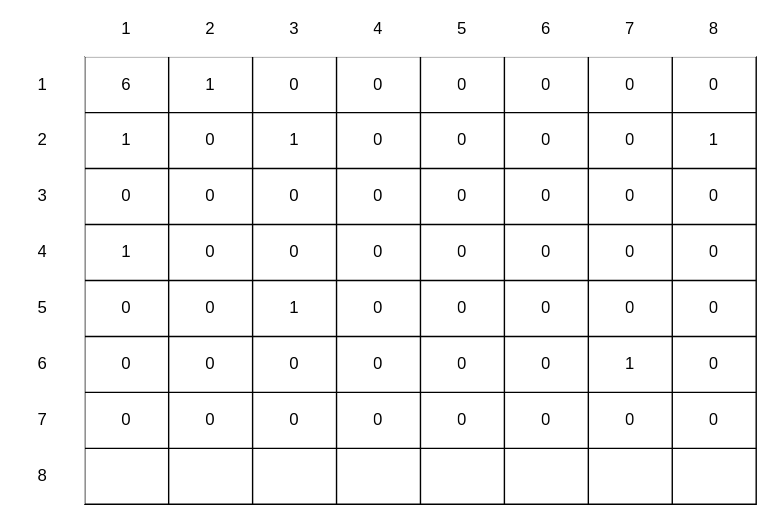
This is Processamento de Imagens - Atividades do dia 2022-06-09-b.svg from mdmundo/diagrams, a draw.io export, as it was before one commit. Source tidied: cells renumbered, new cells last; positions are measured from the earlier drawing's top-left corner, leaving out a move shared by most shapes.
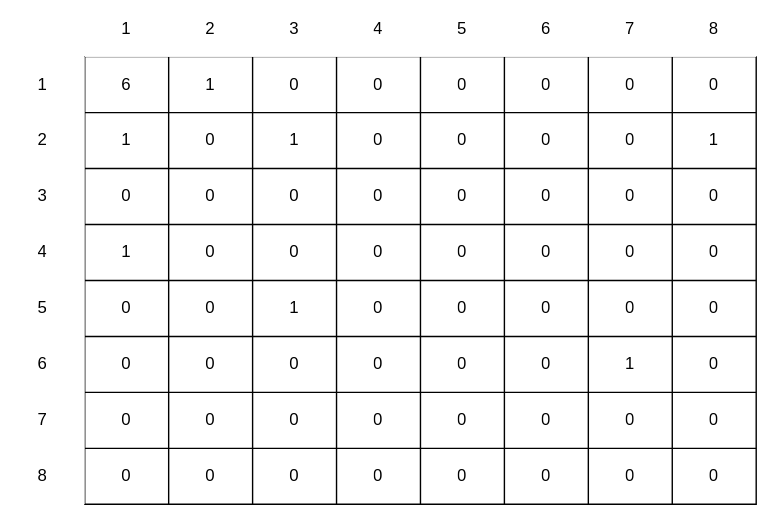
After the commit.

Change to the diagram source:
```diff
@@ -197,28 +197,28 @@
     <mxCell id="66" style="shape=tableRow;horizontal=0;startSize=0;swimlaneHead=0;swimlaneBody=0;top=0;left=0;bottom=0;right=0;fillColor=none;strokeColor=default;strokeWidth=1;" parent="2" vertex="1">
       <mxGeometry y="280" width="480" height="40" as="geometry" />
     </mxCell>
-    <mxCell id="67" style="shape=partialRectangle;html=1;whiteSpace=wrap;overflow=hidden;fillColor=none;top=0;left=0;bottom=0;right=0;strokeColor=default;strokeWidth=1;" parent="66" vertex="1">
+    <mxCell id="67" value="0" style="shape=partialRectangle;html=1;whiteSpace=wrap;overflow=hidden;fillColor=none;top=0;left=0;bottom=0;right=0;strokeColor=default;strokeWidth=1;" parent="66" vertex="1">
       <mxGeometry width="60" height="40" as="geometry" />
     </mxCell>
-    <mxCell id="68" style="shape=partialRectangle;html=1;whiteSpace=wrap;overflow=hidden;fillColor=none;top=0;left=0;bottom=0;right=0;strokeColor=default;strokeWidth=1;" parent="66" vertex="1">
+    <mxCell id="68" value="0" style="shape=partialRectangle;html=1;whiteSpace=wrap;overflow=hidden;fillColor=none;top=0;left=0;bottom=0;right=0;strokeColor=default;strokeWidth=1;" parent="66" vertex="1">
       <mxGeometry x="60" width="60" height="40" as="geometry" />
     </mxCell>
-    <mxCell id="69" style="shape=partialRectangle;html=1;whiteSpace=wrap;overflow=hidden;fillColor=none;top=0;left=0;bottom=0;right=0;strokeColor=default;strokeWidth=1;" parent="66" vertex="1">
+    <mxCell id="69" value="0" style="shape=partialRectangle;html=1;whiteSpace=wrap;overflow=hidden;fillColor=none;top=0;left=0;bottom=0;right=0;strokeColor=default;strokeWidth=1;" parent="66" vertex="1">
       <mxGeometry x="120" width="60" height="40" as="geometry" />
     </mxCell>
-    <mxCell id="70" style="shape=partialRectangle;html=1;whiteSpace=wrap;overflow=hidden;fillColor=none;top=0;left=0;bottom=0;right=0;strokeColor=default;strokeWidth=1;" parent="66" vertex="1">
+    <mxCell id="70" value="0" style="shape=partialRectangle;html=1;whiteSpace=wrap;overflow=hidden;fillColor=none;top=0;left=0;bottom=0;right=0;strokeColor=default;strokeWidth=1;" parent="66" vertex="1">
       <mxGeometry x="180" width="60" height="40" as="geometry" />
     </mxCell>
-    <mxCell id="71" style="shape=partialRectangle;html=1;whiteSpace=wrap;overflow=hidden;fillColor=none;top=0;left=0;bottom=0;right=0;strokeColor=default;strokeWidth=1;" parent="66" vertex="1">
+    <mxCell id="71" value="0" style="shape=partialRectangle;html=1;whiteSpace=wrap;overflow=hidden;fillColor=none;top=0;left=0;bottom=0;right=0;strokeColor=default;strokeWidth=1;" parent="66" vertex="1">
       <mxGeometry x="240" width="60" height="40" as="geometry" />
     </mxCell>
-    <mxCell id="72" style="shape=partialRectangle;html=1;whiteSpace=wrap;overflow=hidden;fillColor=none;top=0;left=0;bottom=0;right=0;strokeColor=default;strokeWidth=1;" parent="66" vertex="1">
+    <mxCell id="72" value="0" style="shape=partialRectangle;html=1;whiteSpace=wrap;overflow=hidden;fillColor=none;top=0;left=0;bottom=0;right=0;strokeColor=default;strokeWidth=1;" parent="66" vertex="1">
       <mxGeometry x="300" width="60" height="40" as="geometry" />
     </mxCell>
-    <mxCell id="73" style="shape=partialRectangle;html=1;whiteSpace=wrap;overflow=hidden;fillColor=none;top=0;left=0;bottom=0;right=0;strokeColor=default;strokeWidth=1;" parent="66" vertex="1">
+    <mxCell id="73" value="0" style="shape=partialRectangle;html=1;whiteSpace=wrap;overflow=hidden;fillColor=none;top=0;left=0;bottom=0;right=0;strokeColor=default;strokeWidth=1;" parent="66" vertex="1">
       <mxGeometry x="360" width="60" height="40" as="geometry" />
     </mxCell>
-    <mxCell id="74" style="shape=partialRectangle;html=1;whiteSpace=wrap;overflow=hidden;fillColor=none;top=0;left=0;bottom=0;right=0;strokeColor=default;strokeWidth=1;" parent="66" vertex="1">
+    <mxCell id="74" value="0" style="shape=partialRectangle;html=1;whiteSpace=wrap;overflow=hidden;fillColor=none;top=0;left=0;bottom=0;right=0;strokeColor=default;strokeWidth=1;" parent="66" vertex="1">
       <mxGeometry x="420" width="60" height="40" as="geometry" />
     </mxCell>
     <mxCell id="75" style="shape=table;startSize=0;strokeColor=none;strokeWidth=1;fillColor=default;" parent="1" vertex="1">
```
